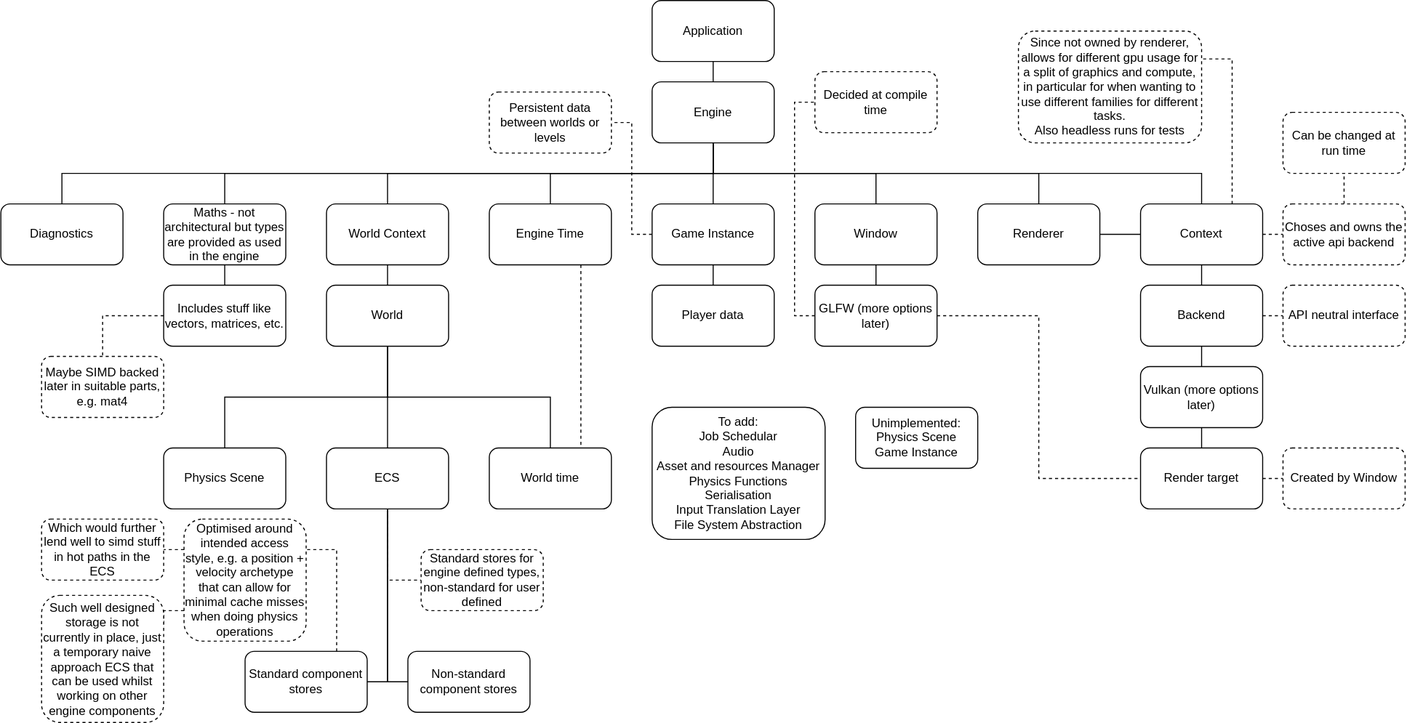
The draw.io diagram docs/Architecture.svg in Tobias-Sharman/Trivial-Game-Engine, before a commit. Source tidied: cells renumbered, new cells last; positions are measured from the earlier drawing's top-left corner, leaving out a move shared by most shapes.
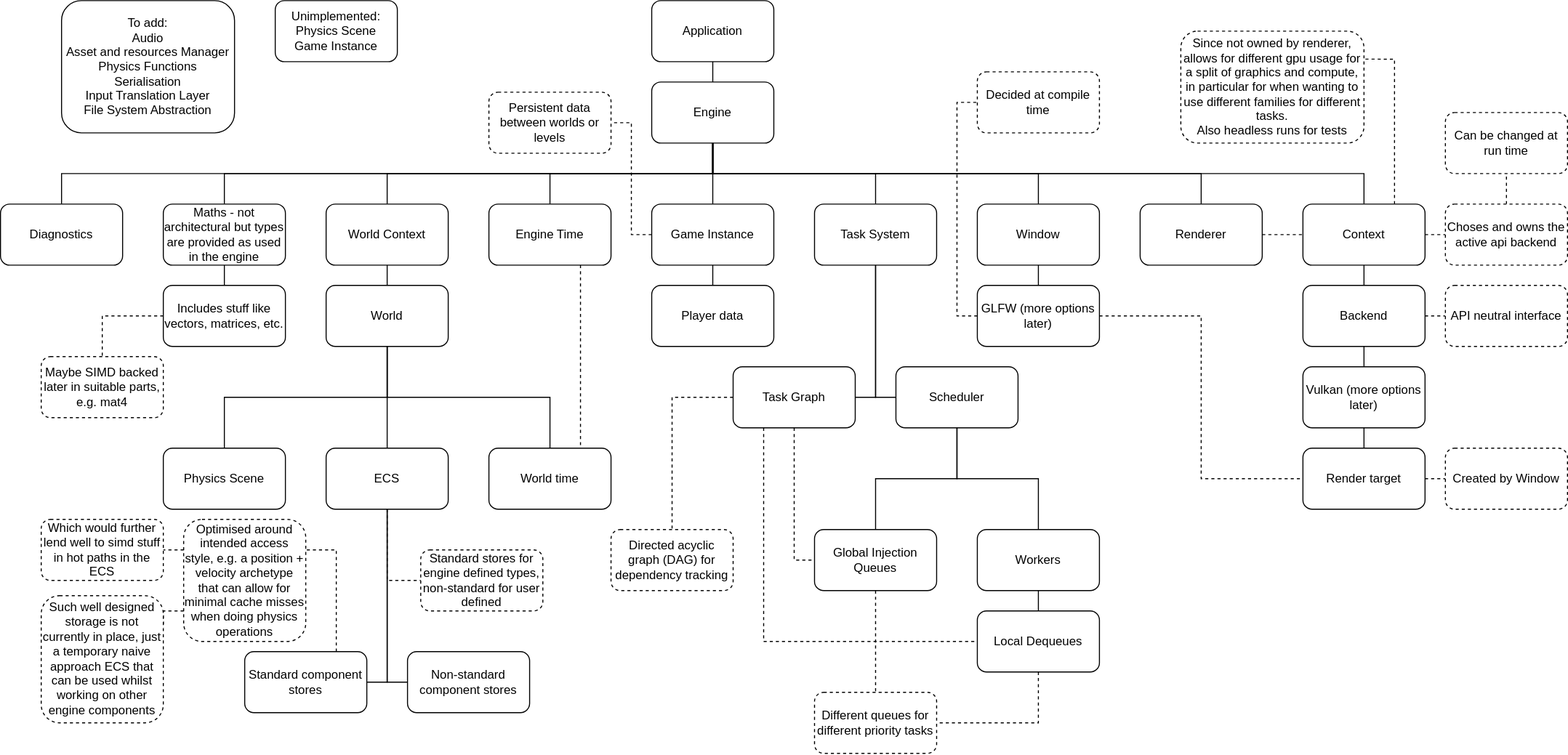
After the commit.

Commit message:
Update readme and architecture based around current task system and plan of action

What changed in the source:
```diff
@@ -32,6 +32,9 @@
     <mxCell id="11" style="edgeStyle=orthogonalEdgeStyle;rounded=0;jettySize=auto;html=1;exitX=0.5;exitY=1;exitDx=0;exitDy=0;entryX=0.5;entryY=0;entryDx=0;entryDy=0;endArrow=none;endFill=0;" parent="1" edge="1" source="12" target="34">
       <mxGeometry relative="1" as="geometry" />
     </mxCell>
+    <mxCell id="74" style="edgeStyle=orthogonalEdgeStyle;rounded=0;jettySize=auto;html=1;exitX=0.5;exitY=1;exitDx=0;exitDy=0;entryX=0.5;entryY=0;entryDx=0;entryDy=0;endArrow=none;endFill=0;" parent="1" edge="1" source="12" target="77">
+      <mxGeometry relative="1" as="geometry" />
+    </mxCell>
     <mxCell id="12" value="Engine" style="rounded=1;whiteSpace=wrap;html=1;" parent="1" vertex="1">
       <mxGeometry x="640" y="80" width="120" height="60" as="geometry" />
     </mxCell>
@@ -41,11 +44,11 @@
     <mxCell id="14" value="World Context" style="rounded=1;whiteSpace=wrap;html=1;" parent="1" vertex="1">
       <mxGeometry x="320" y="200" width="120" height="60" as="geometry" />
     </mxCell>
-    <mxCell id="15" style="edgeStyle=orthogonalEdgeStyle;rounded=0;jettySize=auto;html=1;exitX=1;exitY=0.5;exitDx=0;exitDy=0;entryX=0;entryY=0.5;entryDx=0;entryDy=0;endArrow=none;endFill=0;" parent="1" edge="1" source="16" target="34">
+    <mxCell id="15" style="edgeStyle=orthogonalEdgeStyle;rounded=0;jettySize=auto;html=1;exitX=1;exitY=0.5;exitDx=0;exitDy=0;entryX=0;entryY=0.5;entryDx=0;entryDy=0;endArrow=none;endFill=0;dashed=1;" parent="1" edge="1" source="16" target="34">
       <mxGeometry relative="1" as="geometry" />
     </mxCell>
     <mxCell id="16" value="Renderer" style="rounded=1;whiteSpace=wrap;html=1;" parent="1" vertex="1">
-      <mxGeometry x="960" y="200" width="120" height="60" as="geometry" />
+      <mxGeometry x="1120" y="200" width="120" height="60" as="geometry" />
     </mxCell>
     <mxCell id="17" style="edgeStyle=orthogonalEdgeStyle;rounded=0;jettySize=auto;html=1;exitX=0.5;exitY=1;exitDx=0;exitDy=0;entryX=0.5;entryY=0;entryDx=0;entryDy=0;endArrow=none;endFill=0;" parent="1" edge="1" source="18" target="57">
       <mxGeometry relative="1" as="geometry" />
@@ -53,8 +56,8 @@
     <mxCell id="18" value="Maths - not architectural but types are provided as used in the engine" style="rounded=1;whiteSpace=wrap;html=1;" parent="1" vertex="1">
       <mxGeometry x="160" y="200" width="120" height="60" as="geometry" />
     </mxCell>
-    <mxCell id="19" value="To add:&lt;div&gt;Job Schedular&lt;/div&gt;&lt;div&gt;Audio&lt;/div&gt;&lt;div&gt;Asset and resources Manager&lt;/div&gt;&lt;div&gt;Physics Functions&lt;/div&gt;&lt;div&gt;Serialisation&lt;/div&gt;&lt;div&gt;Input Translation Layer&lt;br&gt;&lt;/div&gt;&lt;div&gt;File System Abstraction&lt;/div&gt;" style="rounded=1;whiteSpace=wrap;html=1;" parent="1" vertex="1">
-      <mxGeometry x="640" y="400" width="170" height="130" as="geometry" />
+    <mxCell id="19" value="To add:&lt;div&gt;Audio&lt;br&gt;&lt;/div&gt;&lt;div&gt;Asset and resources Manager&lt;/div&gt;&lt;div&gt;Physics Functions&lt;/div&gt;&lt;div&gt;Serialisation&lt;/div&gt;&lt;div&gt;Input Translation Layer&lt;br&gt;&lt;/div&gt;&lt;div&gt;File System Abstraction&lt;/div&gt;" style="rounded=1;whiteSpace=wrap;html=1;" parent="1" vertex="1">
+      <mxGeometry x="60" width="170" height="130" as="geometry" />
     </mxCell>
     <mxCell id="20" style="edgeStyle=orthogonalEdgeStyle;rounded=0;jettySize=auto;html=1;exitX=0.5;exitY=1;exitDx=0;exitDy=0;entryX=0.5;entryY=0;entryDx=0;entryDy=0;endArrow=none;endFill=0;" parent="1" edge="1" source="22" target="54">
       <mxGeometry relative="1" as="geometry" />
@@ -63,7 +66,7 @@
       <mxGeometry relative="1" as="geometry" />
     </mxCell>
     <mxCell id="22" value="Window" style="rounded=1;whiteSpace=wrap;html=1;" parent="1" vertex="1">
-      <mxGeometry x="800" y="200" width="120" height="60" as="geometry" />
+      <mxGeometry x="960" y="200" width="120" height="60" as="geometry" />
     </mxCell>
     <mxCell id="23" style="edgeStyle=orthogonalEdgeStyle;rounded=0;jettySize=auto;html=1;exitX=0.5;exitY=1;exitDx=0;exitDy=0;entryX=0.5;entryY=0;entryDx=0;entryDy=0;endArrow=none;endFill=0;" parent="1" edge="1" source="26" target="30">
       <mxGeometry relative="1" as="geometry" />
@@ -99,7 +102,7 @@
       <mxGeometry relative="1" as="geometry" />
     </mxCell>
     <mxCell id="34" value="Context" style="rounded=1;whiteSpace=wrap;html=1;" parent="1" vertex="1">
-      <mxGeometry x="1120" y="200" width="120" height="60" as="geometry" />
+      <mxGeometry x="1280" y="200" width="120" height="60" as="geometry" />
     </mxCell>
     <mxCell id="35" style="edgeStyle=orthogonalEdgeStyle;rounded=0;jettySize=auto;html=1;exitX=0.5;exitY=1;exitDx=0;exitDy=0;entryX=0.5;entryY=0;entryDx=0;entryDy=0;endArrow=none;endFill=0;" parent="1" edge="1" source="37" target="39">
       <mxGeometry relative="1" as="geometry" />
@@ -108,13 +111,13 @@
       <mxGeometry relative="1" as="geometry" />
     </mxCell>
     <mxCell id="37" value="Backend" style="rounded=1;whiteSpace=wrap;html=1;" parent="1" vertex="1">
-      <mxGeometry x="1120" y="280" width="120" height="60" as="geometry" />
+      <mxGeometry x="1280" y="280" width="120" height="60" as="geometry" />
     </mxCell>
     <mxCell id="38" style="edgeStyle=orthogonalEdgeStyle;rounded=0;jettySize=auto;html=1;exitX=0.5;exitY=1;exitDx=0;exitDy=0;entryX=0.5;entryY=0;entryDx=0;entryDy=0;endArrow=none;endFill=0;" parent="1" edge="1" source="39" target="60">
       <mxGeometry relative="1" as="geometry" />
     </mxCell>
     <mxCell id="39" value="Vulkan (more options later)" style="rounded=1;whiteSpace=wrap;html=1;" parent="1" vertex="1">
-      <mxGeometry x="1120" y="360" width="120" height="60" as="geometry" />
+      <mxGeometry x="1280" y="360" width="120" height="60" as="geometry" />
     </mxCell>
     <mxCell id="40" style="edgeStyle=orthogonalEdgeStyle;rounded=0;jettySize=auto;html=1;exitX=0.75;exitY=0;exitDx=0;exitDy=0;entryX=1;entryY=0.25;entryDx=0;entryDy=0;dashed=1;endArrow=none;endFill=0;" parent="1" edge="1" source="41" target="47">
       <mxGeometry relative="1" as="geometry" />
@@ -126,10 +129,10 @@
       <mxGeometry x="400" y="640" width="120" height="60" as="geometry" />
     </mxCell>
     <mxCell id="43" value="Since not owned by renderer, allows for different gpu usage for a split of graphics and compute, in particular for when wanting to use different families for different tasks.&lt;div&gt;Also headless runs for tests&lt;/div&gt;" style="rounded=1;whiteSpace=wrap;html=1;dashed=1;" parent="1" vertex="1">
-      <mxGeometry x="1000" y="30" width="180" height="110" as="geometry" />
+      <mxGeometry x="1160" y="30" width="180" height="110" as="geometry" />
     </mxCell>
     <mxCell id="44" value="Decided at compile time" style="rounded=1;whiteSpace=wrap;html=1;dashed=1;" parent="1" vertex="1">
-      <mxGeometry x="800" y="70" width="120" height="60" as="geometry" />
+      <mxGeometry x="960" y="70" width="120" height="60" as="geometry" />
     </mxCell>
     <mxCell id="45" style="edgeStyle=orthogonalEdgeStyle;rounded=0;jettySize=auto;html=1;exitX=0;exitY=0.25;exitDx=0;exitDy=0;entryX=1;entryY=0.5;entryDx=0;entryDy=0;dashed=1;endArrow=none;endFill=0;" parent="1" edge="1" source="47" target="48">
       <mxGeometry relative="1" as="geometry" />
@@ -144,22 +147,22 @@
       <mxGeometry x="40" y="510" width="120" height="60" as="geometry" />
     </mxCell>
     <mxCell id="49" value="Can be changed at run time" style="rounded=1;whiteSpace=wrap;html=1;dashed=1;" parent="1" vertex="1">
-      <mxGeometry x="1260" y="110" width="120" height="60" as="geometry" />
+      <mxGeometry x="1420" y="110" width="120" height="60" as="geometry" />
     </mxCell>
     <mxCell id="50" style="edgeStyle=orthogonalEdgeStyle;rounded=0;jettySize=auto;html=1;exitX=0.5;exitY=0;exitDx=0;exitDy=0;entryX=0.5;entryY=1;entryDx=0;entryDy=0;dashed=1;endArrow=none;endFill=0;" parent="1" edge="1" source="51" target="49">
       <mxGeometry relative="1" as="geometry" />
     </mxCell>
     <mxCell id="51" value="Choses and owns the active api backend" style="rounded=1;whiteSpace=wrap;html=1;dashed=1;" parent="1" vertex="1">
-      <mxGeometry x="1260" y="200" width="120" height="60" as="geometry" />
+      <mxGeometry x="1420" y="200" width="120" height="60" as="geometry" />
     </mxCell>
     <mxCell id="52" value="API neutral interface" style="rounded=1;whiteSpace=wrap;html=1;dashed=1;" parent="1" vertex="1">
-      <mxGeometry x="1260" y="280" width="120" height="60" as="geometry" />
+      <mxGeometry x="1420" y="280" width="120" height="60" as="geometry" />
     </mxCell>
     <mxCell id="53" style="edgeStyle=orthogonalEdgeStyle;rounded=0;jettySize=auto;html=1;exitX=1;exitY=0.5;exitDx=0;exitDy=0;entryX=0;entryY=0.5;entryDx=0;entryDy=0;dashed=1;endArrow=none;endFill=0;" parent="1" edge="1" source="54" target="60">
       <mxGeometry relative="1" as="geometry" />
     </mxCell>
     <mxCell id="54" value="GLFW (more options later)" style="rounded=1;whiteSpace=wrap;html=1;" parent="1" vertex="1">
-      <mxGeometry x="800" y="280" width="120" height="60" as="geometry" />
+      <mxGeometry x="960" y="280" width="120" height="60" as="geometry" />
     </mxCell>
     <mxCell id="55" value="Standard stores for engine defined types, non-standard for user defined" style="rounded=1;whiteSpace=wrap;html=1;dashed=1;" parent="1" vertex="1">
       <mxGeometry x="413" y="540" width="120" height="60" as="geometry" />
@@ -177,10 +180,10 @@
       <mxGeometry relative="1" as="geometry" />
     </mxCell>
     <mxCell id="60" value="Render target" style="rounded=1;whiteSpace=wrap;html=1;" parent="1" vertex="1">
-      <mxGeometry x="1120" y="440" width="120" height="60" as="geometry" />
+      <mxGeometry x="1280" y="440" width="120" height="60" as="geometry" />
     </mxCell>
     <mxCell id="61" value="Created by Window" style="rounded=1;whiteSpace=wrap;html=1;dashed=1;" parent="1" vertex="1">
-      <mxGeometry x="1260" y="440" width="120" height="60" as="geometry" />
+      <mxGeometry x="1420" y="440" width="120" height="60" as="geometry" />
     </mxCell>
     <mxCell id="62" value="Such well designed storage is not currently in place, just a temporary naive approach ECS that can be used whilst working on other engine components" style="rounded=1;whiteSpace=wrap;html=1;dashed=1;" parent="1" vertex="1">
       <mxGeometry x="40" y="585" width="120" height="125" as="geometry" />
@@ -216,7 +219,61 @@
       <mxGeometry x="640" y="280" width="120" height="60" as="geometry" />
     </mxCell>
     <mxCell id="73" value="Unimplemented:&lt;div&gt;Physics Scene&lt;/div&gt;&lt;div&gt;Game Instance&lt;/div&gt;" style="rounded=1;whiteSpace=wrap;html=1;" parent="1" vertex="1">
-      <mxGeometry x="840" y="400" width="120" height="60" as="geometry" />
+      <mxGeometry x="270" width="120" height="60" as="geometry" />
     </mxCell>
+    <mxCell id="75" style="edgeStyle=orthogonalEdgeStyle;rounded=0;jettySize=auto;html=1;exitX=0.5;exitY=1;exitDx=0;exitDy=0;entryX=1;entryY=0.5;entryDx=0;entryDy=0;endArrow=none;endFill=0;" parent="1" edge="1" source="77" target="81">
+      <mxGeometry relative="1" as="geometry" />
+    </mxCell>
+    <mxCell id="76" style="edgeStyle=orthogonalEdgeStyle;rounded=0;jettySize=auto;html=1;exitX=0.5;exitY=1;exitDx=0;exitDy=0;entryX=0;entryY=0.5;entryDx=0;entryDy=0;endArrow=none;endFill=0;" parent="1" edge="1" source="77" target="84">
+      <mxGeometry relative="1" as="geometry" />
+    </mxCell>
+    <mxCell id="77" value="Task System" style="rounded=1;whiteSpace=wrap;html=1;" parent="1" vertex="1">
+      <mxGeometry x="800" y="200" width="120" height="60" as="geometry" />
+    </mxCell>
+    <mxCell id="78" style="edgeStyle=orthogonalEdgeStyle;rounded=0;jettySize=auto;html=1;exitX=0.5;exitY=1;exitDx=0;exitDy=0;entryX=0;entryY=0.5;entryDx=0;entryDy=0;endArrow=none;endFill=0;dashed=1;" parent="1" edge="1" source="81" target="86">
+      <mxGeometry relative="1" as="geometry" />
+    </mxCell>
+    <mxCell id="79" style="edgeStyle=orthogonalEdgeStyle;rounded=0;jettySize=auto;html=1;exitX=0.25;exitY=1;exitDx=0;exitDy=0;entryX=0;entryY=0.5;entryDx=0;entryDy=0;endArrow=none;endFill=0;dashed=1;" parent="1" edge="1" source="81" target="90">
+      <mxGeometry relative="1" as="geometry" />
+    </mxCell>
+    <mxCell id="80" style="edgeStyle=orthogonalEdgeStyle;rounded=0;jettySize=auto;html=1;exitX=0;exitY=0.5;exitDx=0;exitDy=0;entryX=0.5;entryY=0;entryDx=0;entryDy=0;endArrow=none;endFill=0;dashed=1;" parent="1" edge="1" source="81" target="91">
+      <mxGeometry relative="1" as="geometry" />
+    </mxCell>
+    <mxCell id="81" value="Task Graph" style="rounded=1;whiteSpace=wrap;html=1;" parent="1" vertex="1">
+      <mxGeometry x="720" y="360" width="120" height="60" as="geometry" />
+    </mxCell>
+    <mxCell id="82" style="edgeStyle=orthogonalEdgeStyle;rounded=0;jettySize=auto;html=1;exitX=0.5;exitY=1;exitDx=0;exitDy=0;entryX=0.5;entryY=0;entryDx=0;entryDy=0;endArrow=none;endFill=0;" parent="1" edge="1" source="84" target="88">
+      <mxGeometry relative="1" as="geometry" />
+    </mxCell>
+    <mxCell id="83" style="edgeStyle=orthogonalEdgeStyle;rounded=0;jettySize=auto;html=1;exitX=0.5;exitY=1;exitDx=0;exitDy=0;entryX=0.5;entryY=0;entryDx=0;entryDy=0;endArrow=none;endFill=0;" parent="1" edge="1" source="84" target="86">
+      <mxGeometry relative="1" as="geometry" />
+    </mxCell>
+    <mxCell id="84" value="Scheduler" style="rounded=1;whiteSpace=wrap;html=1;" parent="1" vertex="1">
+      <mxGeometry x="880" y="360" width="120" height="60" as="geometry" />
+    </mxCell>
+    <mxCell id="85" style="edgeStyle=orthogonalEdgeStyle;rounded=0;jettySize=auto;html=1;exitX=0.5;exitY=1;exitDx=0;exitDy=0;endArrow=none;endFill=0;dashed=1;" parent="1" edge="1" source="86" target="92">
+      <mxGeometry relative="1" as="geometry" />
+    </mxCell>
+    <mxCell id="86" value="Global Injection Queues" style="rounded=1;whiteSpace=wrap;html=1;" parent="1" vertex="1">
+      <mxGeometry x="800" y="520" width="120" height="60" as="geometry" />
+    </mxCell>
+    <mxCell id="87" style="edgeStyle=orthogonalEdgeStyle;rounded=0;jettySize=auto;html=1;exitX=0.5;exitY=1;exitDx=0;exitDy=0;entryX=0.5;entryY=0;entryDx=0;entryDy=0;endArrow=none;endFill=0;" parent="1" edge="1" source="88" target="90">
+      <mxGeometry relative="1" as="geometry" />
+    </mxCell>
+    <mxCell id="88" value="Workers" style="rounded=1;whiteSpace=wrap;html=1;" parent="1" vertex="1">
+      <mxGeometry x="960" y="520" width="120" height="60" as="geometry" />
+    </mxCell>
+    <mxCell id="89" style="edgeStyle=orthogonalEdgeStyle;rounded=0;jettySize=auto;html=1;exitX=0.5;exitY=1;exitDx=0;exitDy=0;entryX=1;entryY=0.5;entryDx=0;entryDy=0;endArrow=none;endFill=0;startArrow=none;startFill=0;dashed=1;" parent="1" edge="1" source="90" target="92">
+      <mxGeometry relative="1" as="geometry" />
+    </mxCell>
+    <mxCell id="90" value="Local Dequeues" style="rounded=1;whiteSpace=wrap;html=1;" parent="1" vertex="1">
+      <mxGeometry x="960" y="600" width="120" height="60" as="geometry" />
+    </mxCell>
+    <mxCell id="91" value="Directed acyclic graph (DAG) for dependency tracking" style="rounded=1;whiteSpace=wrap;html=1;dashed=1;" parent="1" vertex="1">
+      <mxGeometry x="600" y="520" width="120" height="60" as="geometry" />
+    </mxCell>
+    <mxCell id="92" value="Different queues for different priority tasks" style="rounded=1;whiteSpace=wrap;html=1;dashed=1;" parent="1" vertex="1">
+      <mxGeometry x="800" y="680" width="120" height="60" as="geometry" />
+    </mxCell>
   </root>
 </mxGraphModel>
```
